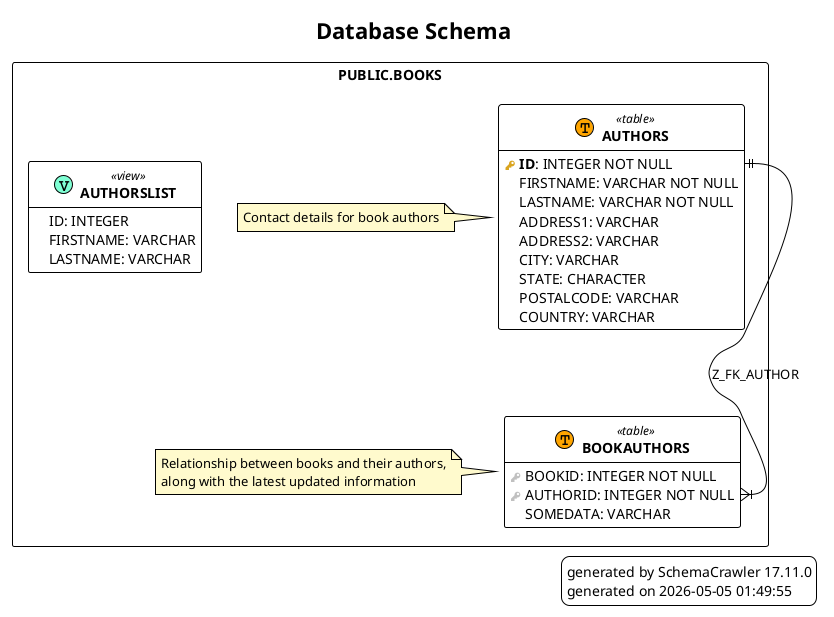
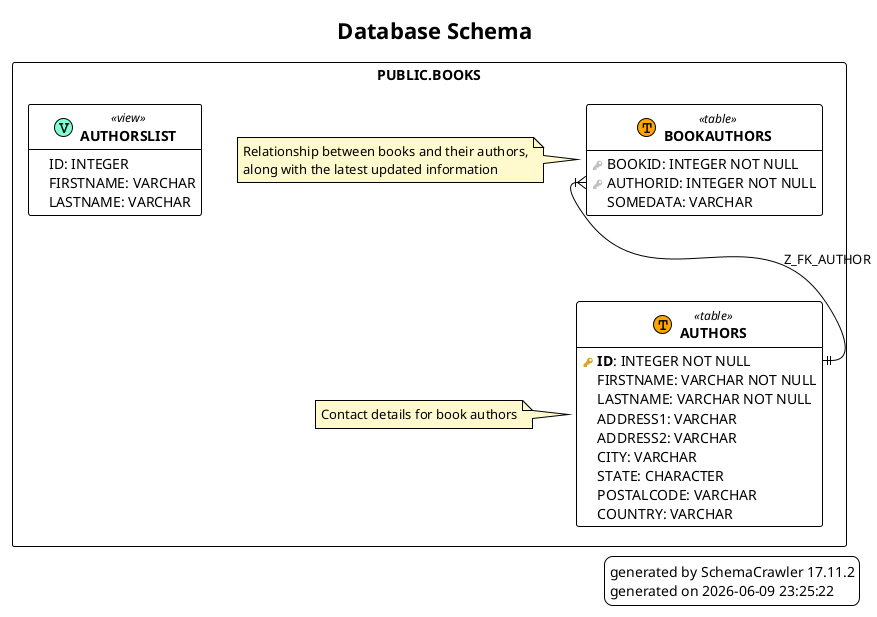
@startuml

!theme plain
hide empty methods

!procedure $schema($name, $slug)
package "$name" as $slug <<Rectangle>>
!endprocedure

!procedure $table($name, $slug)
entity "<b>$name</b>" as $slug << (T, Orange) table >>
!endprocedure

!procedure $view($name, $slug)
entity "<b>$name</b>" as $slug << (V, Aquamarine) view >>
!endprocedure

!procedure $pk($name)
<color:#GoldenRod><&key></color> <b>$name</b>
!endprocedure

!procedure $fk($name)
<color:#Silver><&key></color> $name
!endprocedure

!procedure $column($name)
{field} <color:#Transparent><&media-record></color> $name
!endprocedure


title "Database Schema"

legend bottom right
- generated by SchemaCrawler 17.11.0
- generated on 2026-05-05 01:49:55
+ generated by SchemaCrawler 17.11.2
+ generated on 2026-06-09 23:25:22
end legend


$schema("PUBLIC.BOOKS", "books_208b5502") {

$table("AUTHORS", "authors_f521e766") {
  $pk("ID"): INTEGER NOT NULL
  $column("FIRSTNAME"): VARCHAR NOT NULL
  $column("LASTNAME"): VARCHAR NOT NULL
  $column("ADDRESS1"): VARCHAR
  $column("ADDRESS2"): VARCHAR
  $column("CITY"): VARCHAR
  $column("STATE"): CHARACTER
  $column("POSTALCODE"): VARCHAR
  $column("COUNTRY"): VARCHAR
}

note left of authors_f521e766 #LemonChiffon
Contact details for book authors
end note



$table("BOOKAUTHORS", "bookauthors_ead84c5d") {
  $fk("BOOKID"): INTEGER NOT NULL
  $fk("AUTHORID"): INTEGER NOT NULL
  $column("SOMEDATA"): VARCHAR
}

note left of bookauthors_ead84c5d #LemonChiffon
Relationship between books and their authors,
along with the latest updated information
end note



$view("AUTHORSLIST", "authorslist_9ccb3c04") {
  $column("ID"): INTEGER
  $column("FIRSTNAME"): VARCHAR
  $column("LASTNAME"): VARCHAR
}



}


- books_208b5502.authors_f521e766::ID ||--|{ books_208b5502.bookauthors_ead84c5d::AUTHORID : Z_FK_AUTHOR
+ books_208b5502.bookauthors_ead84c5d::AUTHORID }|--|| books_208b5502.authors_f521e766::ID : Z_FK_AUTHOR

@enduml